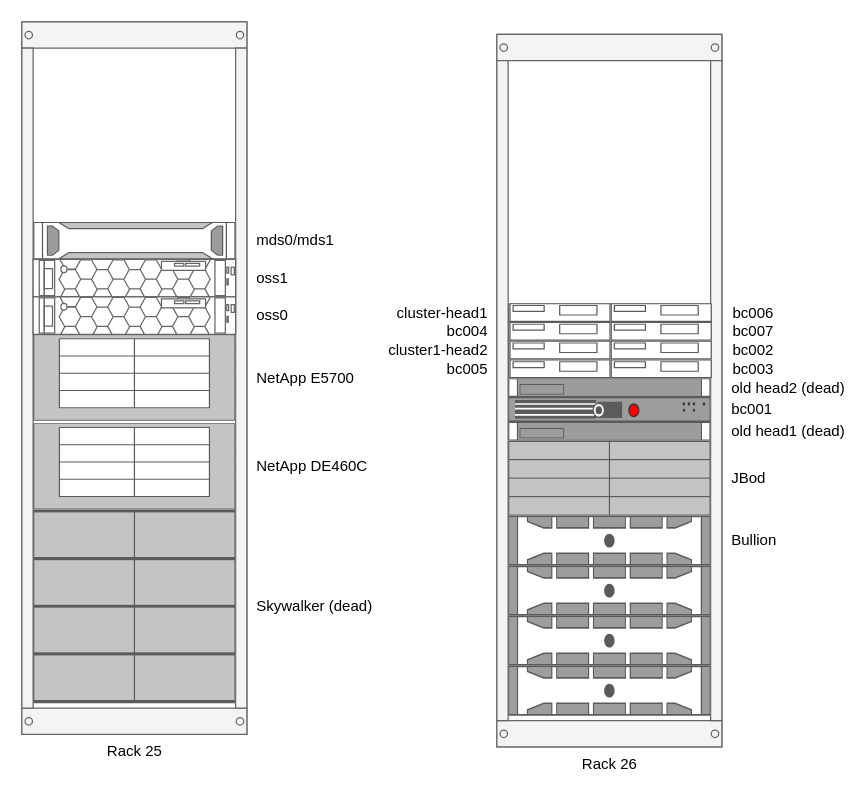
Earlier version of the draw.io diagram docs/img/cluster1_racks.drawio (cnio-bu/cnio-bu.github.io). Source tidied: cells renumbered, new cells numbered last; positions are measured from the earlier drawing's top-left corner, leaving out a move shared by most shapes. Both pictures are drawn from the tidied source at 125%, with x=0, y=0 at pixel (21, 21).
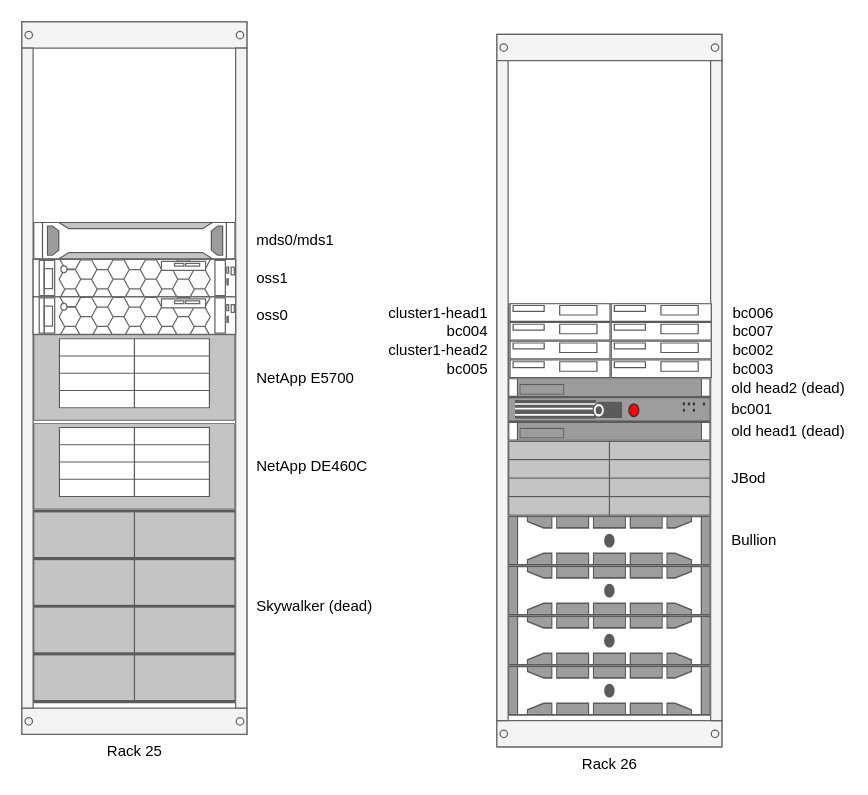
After the change.

Commit message (it also covers changes not shown here):
Fix typo in head-1

Unchanged cells that the change refers to:
```xml
<mxCell id="2" style="group;" parent="1" vertex="1">
  <mxGeometry x="380" y="10" width="180" height="570" as="geometry" />
</mxCell>
```

The edit, as a diff of the source:
```diff
@@
-    <mxCell id="14" value="&lt;div&gt;cluster-head1&lt;/div&gt;" style="shape=mxgraph.rack.hp.hp_proliant_sl230s_g8;html=1;labelPosition=left;align=right;spacingLeft=0;dashed=0;shadow=0;fillColor=#ffffff;verticalLabelPosition=middle;verticalAlign=middle;spacingRight=16;" parent="2" vertex="1">
+    <mxCell id="14" value="&lt;div&gt;cluster1-head1&lt;/div&gt;" style="shape=mxgraph.rack.hp.hp_proliant_sl230s_g8;html=1;labelPosition=left;align=right;spacingLeft=0;dashed=0;shadow=0;fillColor=#ffffff;verticalLabelPosition=middle;verticalAlign=middle;spacingRight=16;" parent="2" vertex="1">
       <mxGeometry x="10" y="215" width="81" height="15" as="geometry" />
     </mxCell>
```
